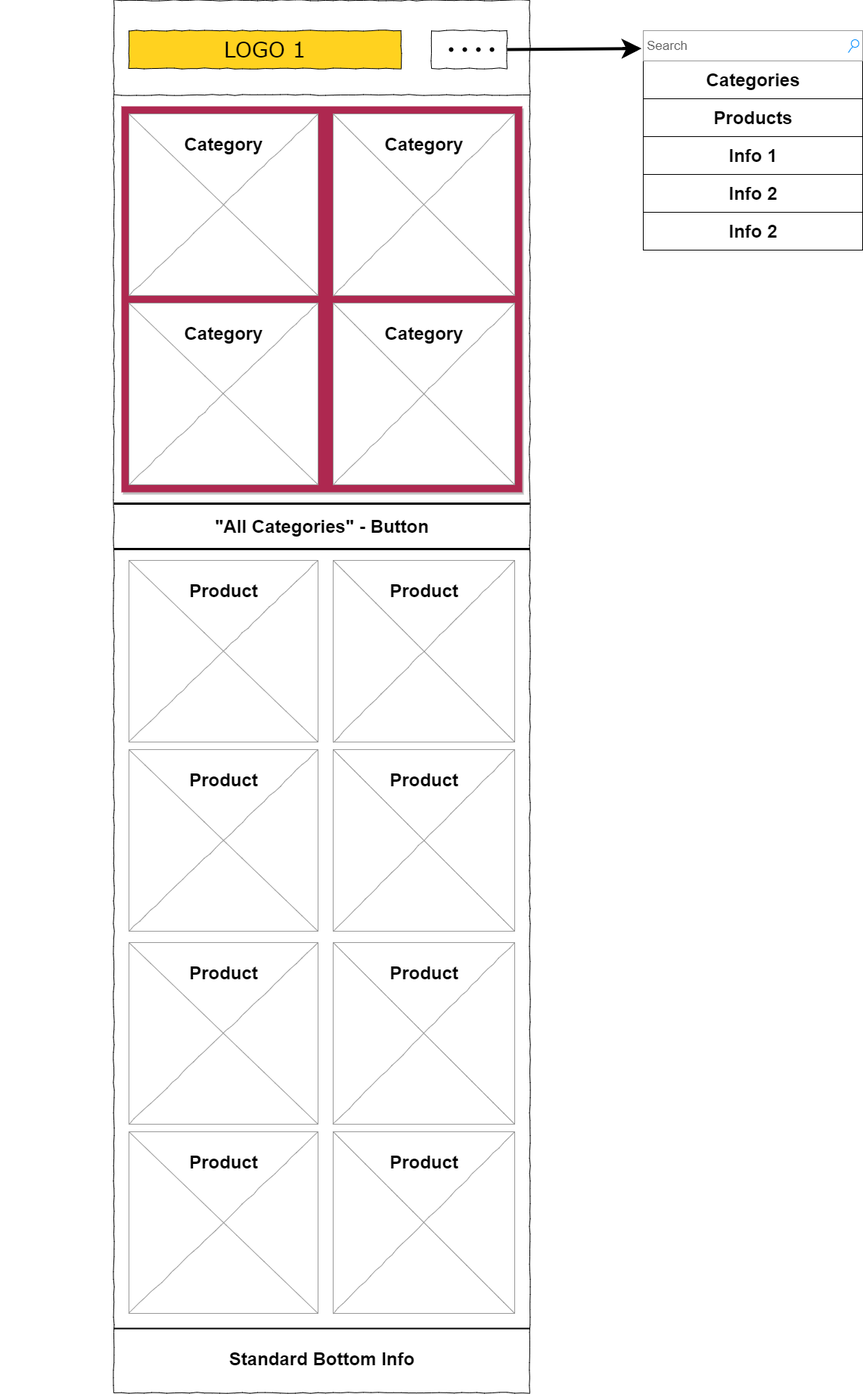
Earlier version of the draw.io export artefacts/d1/skizze_1_mobile.drawio.png (nghair/yoga-vidya-designs). Source tidied: cells renumbered, new cells last; positions are measured from the earlier drawing's top-left corner, leaving out a move shared by most shapes.
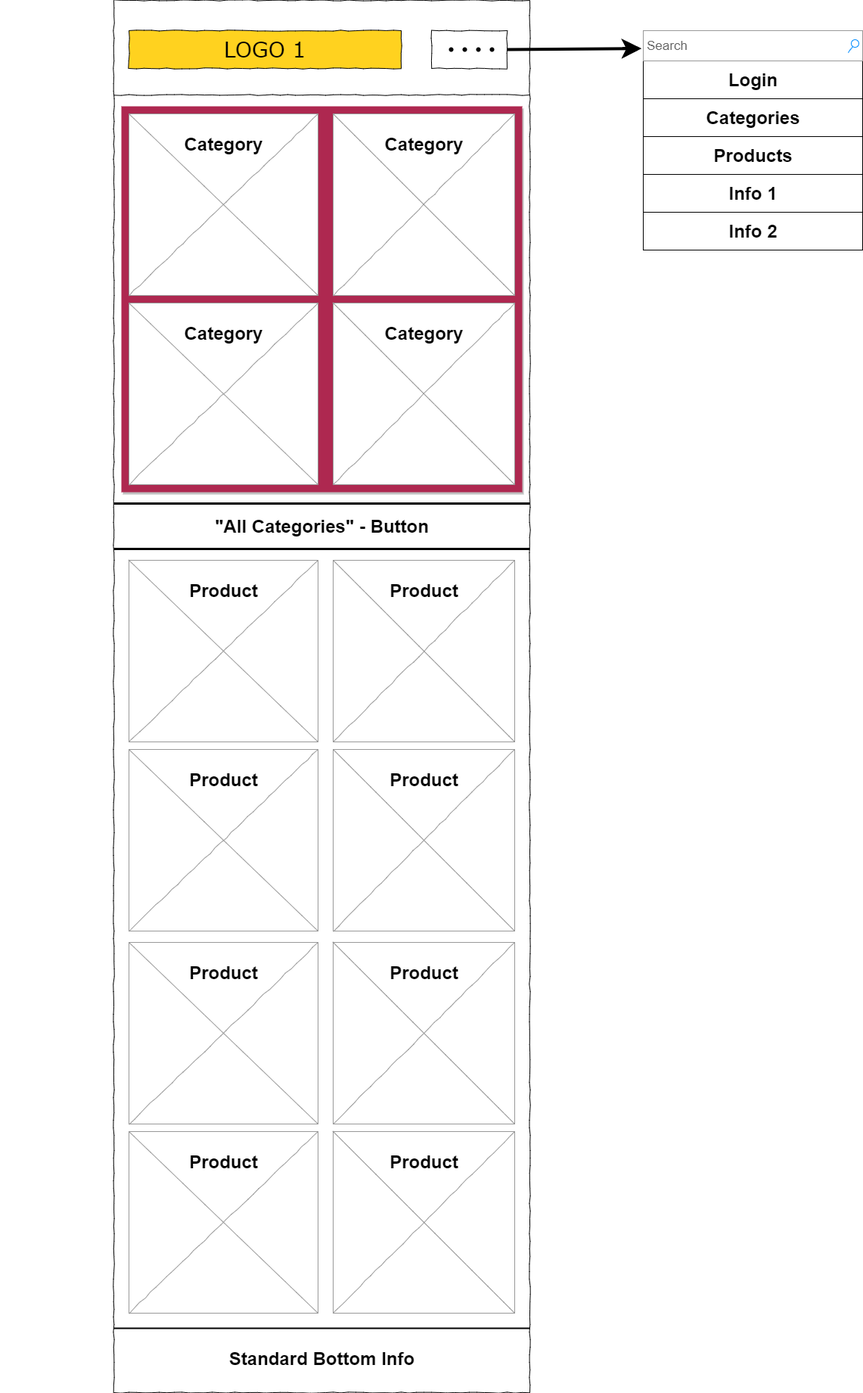
The same file after the commit.

Commit message:
d1-mobile reworkes

The edit, as a diff of the source:
```diff
@@ -134,15 +134,15 @@
       </mxGeometry>
     </mxCell>
     <mxCell id="45" value="Categories" style="text;strokeColor=none;fillColor=none;html=1;fontSize=24;fontStyle=1;verticalAlign=middle;align=center;" parent="1" vertex="1">
-      <mxGeometry x="925" y="85" width="140" height="40" as="geometry" />
+      <mxGeometry x="925" y="135" width="140" height="40" as="geometry" />
     </mxCell>
     <mxCell id="46" value="Products" style="text;strokeColor=none;fillColor=none;html=1;fontSize=24;fontStyle=1;verticalAlign=middle;align=center;" parent="1" vertex="1">
-      <mxGeometry x="925" y="135" width="140" height="40" as="geometry" />
+      <mxGeometry x="925" y="185" width="140" height="40" as="geometry" />
     </mxCell>
-    <mxCell id="47" value="Info 1" style="text;strokeColor=none;fillColor=none;html=1;fontSize=24;fontStyle=1;verticalAlign=middle;align=center;" parent="1" vertex="1">
-      <mxGeometry x="925" y="185" width="140" height="40" as="geometry" />
+    <mxCell id="47" value="Login" style="text;strokeColor=none;fillColor=none;html=1;fontSize=24;fontStyle=1;verticalAlign=middle;align=center;" parent="1" vertex="1">
+      <mxGeometry x="925" y="85" width="140" height="40" as="geometry" />
     </mxCell>
-    <mxCell id="48" value="Info 2" style="text;strokeColor=none;fillColor=none;html=1;fontSize=24;fontStyle=1;verticalAlign=middle;align=center;" parent="1" vertex="1">
+    <mxCell id="48" value="Info 1" style="text;strokeColor=none;fillColor=none;html=1;fontSize=24;fontStyle=1;verticalAlign=middle;align=center;" parent="1" vertex="1">
       <mxGeometry x="925" y="235" width="140" height="40" as="geometry" />
     </mxCell>
     <mxCell id="49" value="Info 2" style="text;strokeColor=none;fillColor=none;html=1;fontSize=24;fontStyle=1;verticalAlign=middle;align=center;" parent="1" vertex="1">
```
